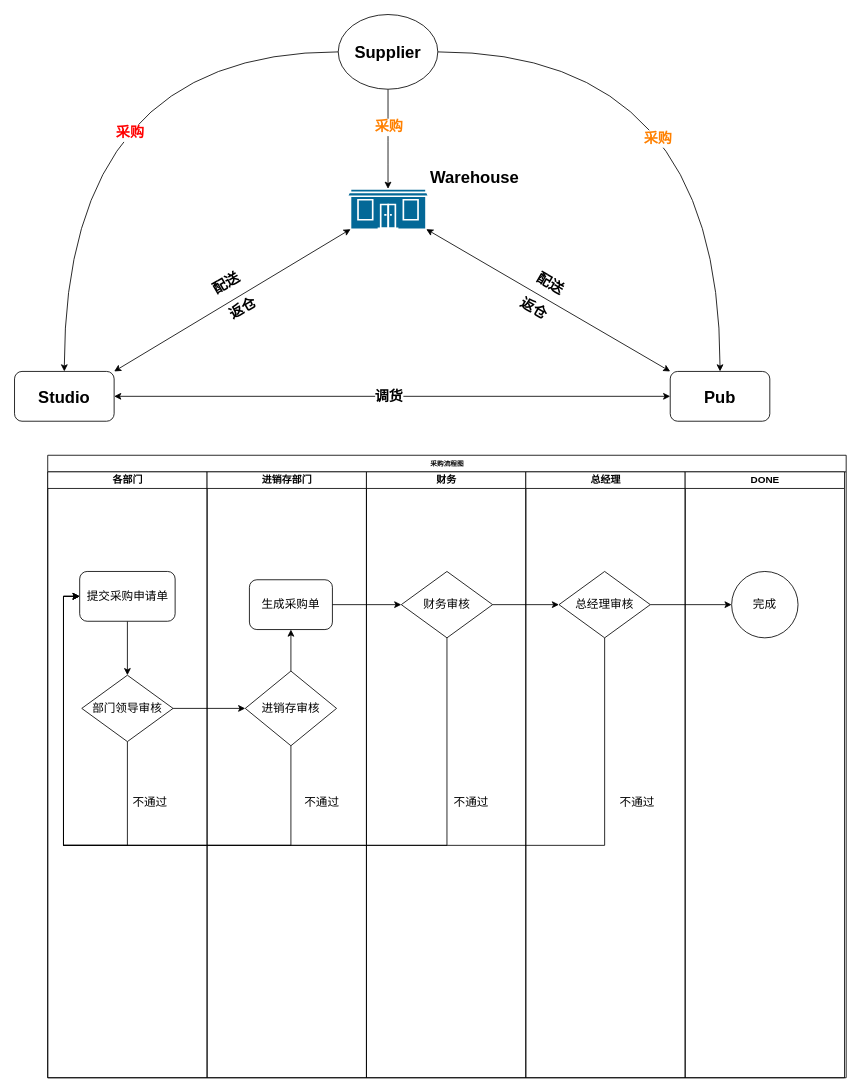
Before: 未命名表单.drawio in Cyrusvic/358pub, a draw.io diagram. Source tidied: cells renumbered, new cells numbered last; positions are measured from the earlier drawing's top-left corner, leaving out a move shared by most shapes. Both pictures are drawn from the tidied source at 83%, with x=0, y=0 at pixel (14, 14).
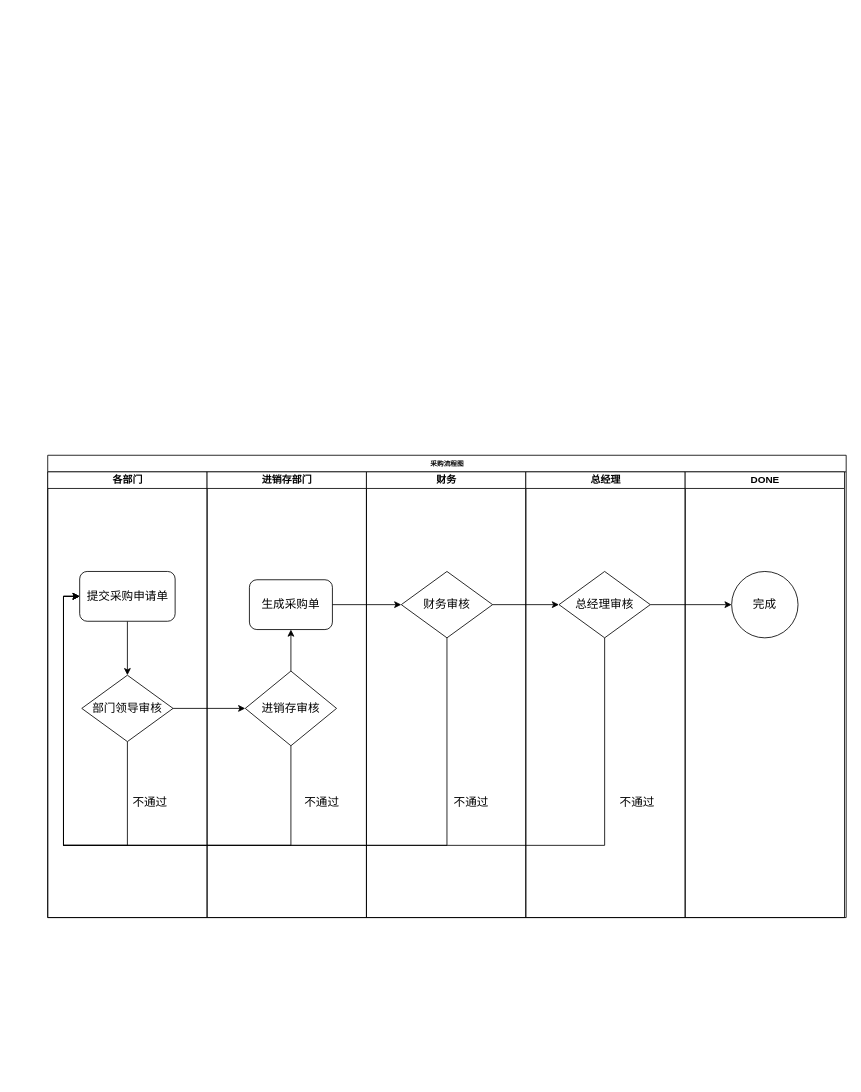
The same diagram, later.

Change to the diagram source:
```diff
@@
-    <mxCell id="2" style="edgeStyle=orthogonalEdgeStyle;curved=1;rounded=0;jettySize=auto;html=1;exitX=0;exitY=0.5;exitDx=0;exitDy=0;entryX=0.5;entryY=0;entryDx=0;entryDy=0;" parent="1" edge="1" source="8" target="11">
-      <mxGeometry relative="1" as="geometry" />
-    </mxCell>
-    <mxCell id="3" value="&lt;font color=&quot;#ff0000&quot;&gt;采购&lt;/font&gt;" style="text;html=1;align=center;verticalAlign=middle;labelBackgroundColor=#ffffff;fontSize=17;fontStyle=1;" parent="2" vertex="1">
-      <mxGeometry x="-0.25" y="92" relative="1" as="geometry">
-        <mxPoint x="16" y="5" as="offset" />
-      </mxGeometry>
-    </mxCell>
-    <mxCell id="4" style="edgeStyle=orthogonalEdgeStyle;curved=1;rounded=0;jettySize=auto;html=1;exitX=1;exitY=0.5;exitDx=0;exitDy=0;entryX=0.5;entryY=0;entryDx=0;entryDy=0;" parent="1" edge="1" source="8" target="10">
-      <mxGeometry relative="1" as="geometry" />
-    </mxCell>
-    <mxCell id="5" value="&lt;font&gt;采购&lt;/font&gt;" style="text;html=1;align=center;verticalAlign=middle;labelBackgroundColor=#ffffff;fontSize=17;fontStyle=1;fontColor=#FF8000;" parent="4" vertex="1">
-      <mxGeometry x="-0.21" y="-102" relative="1" as="geometry">
-        <mxPoint x="-22" y="2" as="offset" />
-      </mxGeometry>
-    </mxCell>
-    <mxCell id="6" style="edgeStyle=orthogonalEdgeStyle;curved=1;rounded=0;jettySize=auto;html=1;exitX=0.5;exitY=1;exitDx=0;exitDy=0;" parent="1" edge="1" source="8" target="9">
-      <mxGeometry relative="1" as="geometry">
-        <Array as="points">
-          <mxPoint x="450" y="160" />
-          <mxPoint x="450" y="160" />
-        </Array>
-      </mxGeometry>
-    </mxCell>
-    <mxCell id="7" value="采购" style="text;html=1;align=center;verticalAlign=middle;labelBackgroundColor=#ffffff;fontSize=17;fontStyle=1;fontColor=#FF8000;" parent="6" vertex="1">
-      <mxGeometry x="-0.25" relative="1" as="geometry" />
-    </mxCell>
-    <mxCell id="8" value="&lt;b&gt;&lt;font style=&quot;font-size: 20px&quot;&gt;Supplier&lt;/font&gt;&lt;/b&gt;" style="ellipse;whiteSpace=wrap;html=1;" parent="1" vertex="1">
-      <mxGeometry x="390" width="120" height="90" as="geometry" />
-    </mxCell>
-    <mxCell id="9" value="&lt;b&gt;&lt;font style=&quot;font-size: 20px&quot;&gt;Warehouse&lt;/font&gt;&lt;/b&gt;" style="shape=mxgraph.cisco.buildings.small_business;html=1;dashed=0;fillColor=#036897;strokeColor=#ffffff;strokeWidth=2;verticalLabelPosition=top;verticalAlign=bottom;align=left;horizontal=1;labelPosition=right;" parent="1" vertex="1">
-      <mxGeometry x="401" y="210" width="98" height="54" as="geometry" />
-    </mxCell>
-    <mxCell id="10" value="&lt;font style=&quot;font-size: 20px&quot;&gt;Pub&lt;/font&gt;" style="rounded=1;whiteSpace=wrap;html=1;fontStyle=1;" parent="1" vertex="1">
-      <mxGeometry x="790" y="430" width="120" height="60" as="geometry" />
-    </mxCell>
-    <mxCell id="11" value="&lt;font style=&quot;font-size: 20px&quot;&gt;Studio&lt;/font&gt;" style="rounded=1;whiteSpace=wrap;html=1;fontStyle=1;" parent="1" vertex="1">
-      <mxGeometry y="430" width="120" height="60" as="geometry" />
-    </mxCell>
-    <mxCell id="12" style="endArrow=classic;startArrow=classic;html=1;exitX=1;exitY=0.5;exitDx=0;exitDy=0;entryX=0;entryY=0.5;entryDx=0;entryDy=0;" parent="1" edge="1" source="11" target="10">
-      <mxGeometry relative="1" as="geometry" />
-    </mxCell>
-    <mxCell id="13" value="&lt;font style=&quot;font-size: 17px&quot;&gt;&lt;b&gt;调货&lt;/b&gt;&lt;/font&gt;" style="text;html=1;align=center;verticalAlign=middle;labelBackgroundColor=#ffffff;horizontal=1;" parent="12" vertex="1">
-      <mxGeometry x="0.04" y="-1" relative="1" as="geometry">
-        <mxPoint x="-17.5" y="-1" as="offset" />
-      </mxGeometry>
-    </mxCell>
-    <mxCell id="14" style="endArrow=classic;startArrow=classic;html=1;exitX=0.97;exitY=0.9;exitDx=0;exitDy=0;exitPerimeter=0;entryX=0;entryY=0;entryDx=0;entryDy=0;" parent="1" edge="1" source="9" target="10">
-      <mxGeometry relative="1" as="geometry" />
-    </mxCell>
-    <mxCell id="15" value="配送" style="text;html=1;align=center;verticalAlign=middle;fontStyle=1;fontSize=17;rotation=30;" parent="1" vertex="1">
-      <mxGeometry x="620" y="310" width="50" height="30" as="geometry" />
-    </mxCell>
-    <mxCell id="16" value="返仓" style="text;html=1;align=center;verticalAlign=middle;fontStyle=1;fontSize=17;rotation=30;" parent="1" vertex="1">
-      <mxGeometry x="600" y="340" width="50" height="30" as="geometry" />
-    </mxCell>
-    <mxCell id="17" value="配送" style="text;html=1;align=center;verticalAlign=middle;fontStyle=1;fontSize=17;rotation=-30;" parent="1" vertex="1">
-      <mxGeometry x="230" y="310" width="50" height="30" as="geometry" />
-    </mxCell>
-    <mxCell id="18" style="group;" parent="1" vertex="1">
-      <mxGeometry x="250" y="340" width="50" height="30" as="geometry" />
-    </mxCell>
-    <mxCell id="19" style="endArrow=classic;startArrow=classic;html=1;entryX=0.04;entryY=0.9;entryDx=0;entryDy=0;entryPerimeter=0;exitX=1;exitY=0;exitDx=0;exitDy=0;" parent="18" edge="1" source="11" target="9">
-      <mxGeometry relative="1" as="geometry" />
-    </mxCell>
-    <mxCell id="20" value="返仓" style="text;html=1;align=center;verticalAlign=middle;fontStyle=1;fontSize=17;rotation=-30;" parent="18" vertex="1">
-      <mxGeometry width="50" height="30" as="geometry" />
-    </mxCell>
     <mxCell id="21" value="采购流程图" style="swimlane;html=1;startSize=20;rounded=0;shadow=0;labelBackgroundColor=none;strokeWidth=1;fontFamily=Verdana;fontSize=8;align=center;" parent="1" vertex="1">
-      <mxGeometry x="40" y="531" width="962" height="750" as="geometry" />
+      <mxGeometry x="40" y="531" width="962" height="557" as="geometry" />
     </mxCell>
     <mxCell id="22" value="各部门" style="swimlane;html=1;startSize=20;" parent="21" vertex="1">
-      <mxGeometry y="20" width="192" height="730" as="geometry" />
+      <mxGeometry y="20" width="192" height="537" as="geometry" />
     </mxCell>
@@
     <mxCell id="28" value="进销存部门" style="swimlane;html=1;startSize=20;flipH=1;flipV=0;" parent="21" vertex="1">
-      <mxGeometry x="192" y="20" width="192" height="730" as="geometry" />
+      <mxGeometry x="192" y="20" width="192" height="537" as="geometry" />
     </mxCell>
@@
     <mxCell id="33" value="财务" style="swimlane;html=1;startSize=20;" parent="21" vertex="1">
-      <mxGeometry x="384" y="20" width="192" height="730" as="geometry" />
+      <mxGeometry x="384" y="20" width="192" height="537" as="geometry" />
     </mxCell>
@@
     <mxCell id="36" value="总经理" style="swimlane;html=1;startSize=20;" parent="21" vertex="1">
-      <mxGeometry x="576" y="20" width="192" height="730" as="geometry" />
+      <mxGeometry x="576" y="20" width="192" height="537" as="geometry" />
     </mxCell>
@@
     <mxCell id="39" value="DONE" style="swimlane;html=1;startSize=20;" parent="21" vertex="1">
-      <mxGeometry x="768" y="20" width="192" height="730" as="geometry" />
+      <mxGeometry x="768" y="20" width="192" height="537" as="geometry" />
     </mxCell>
```
